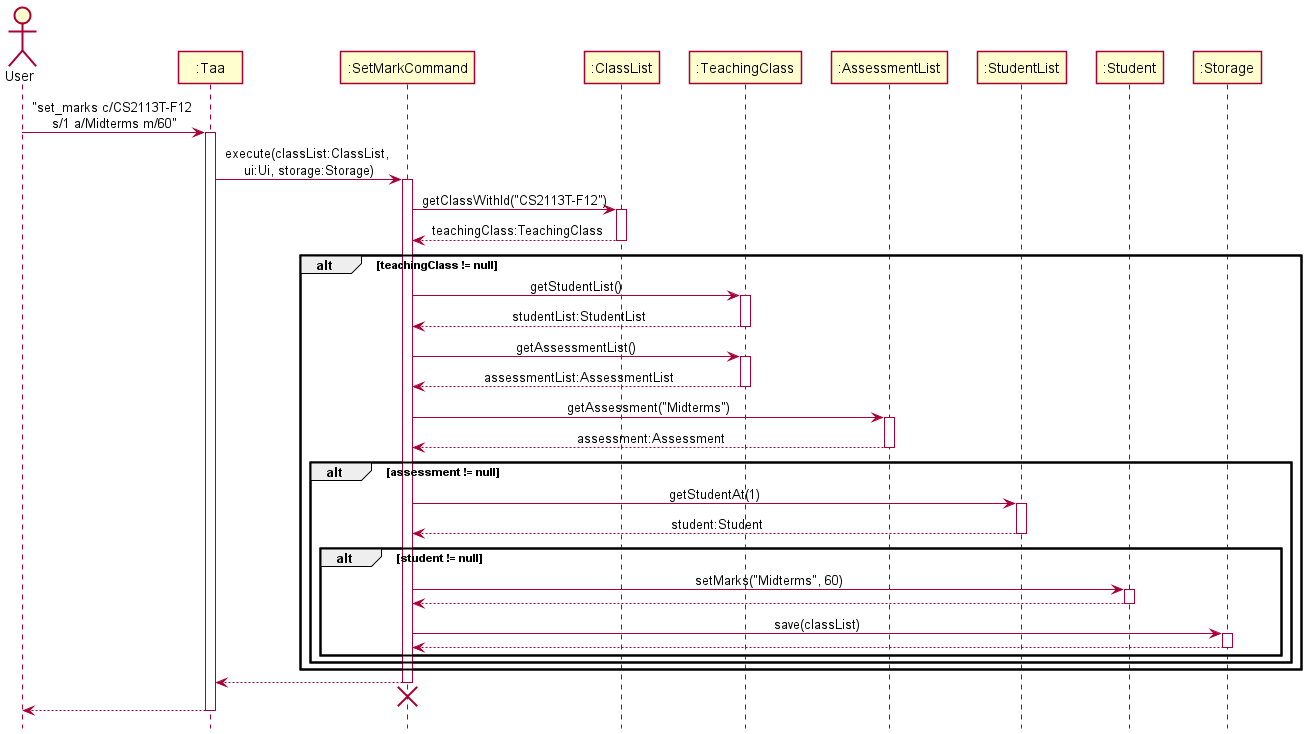
This is docs/diagrams/sequence/SetMarkSequenceDiagram.png from nus-cs2113-AY2122S1/tp, a PlantUML export, as it was before one commit.
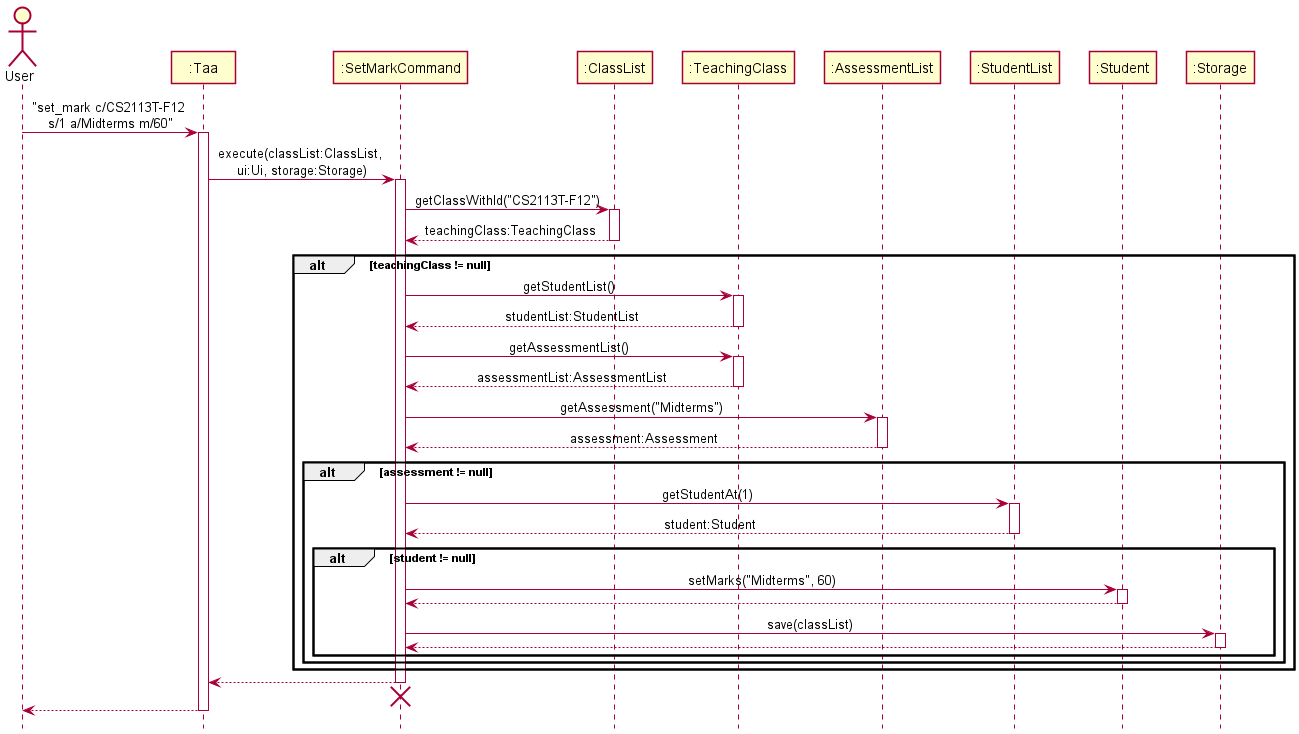
After the commit.

Commit message:
fix set_marks to set_mark in dg and add object diagram for end state

The edit, as a diff of the source:
```diff
@@ -11,7 +11,7 @@
 Participant ":Student" as student
 Participant ":Storage" as storage
 
-user -> taa : "set_marks c/CS2113T-F12 \ns/1 a/Midterms m/60"
+user -> taa : "set_mark c/CS2113T-F12 \ns/1 a/Midterms m/60"
 activate taa
 
 taa -> setMarkCommand : execute(classList:ClassList, \nui:Ui, storage:Storage)
```
